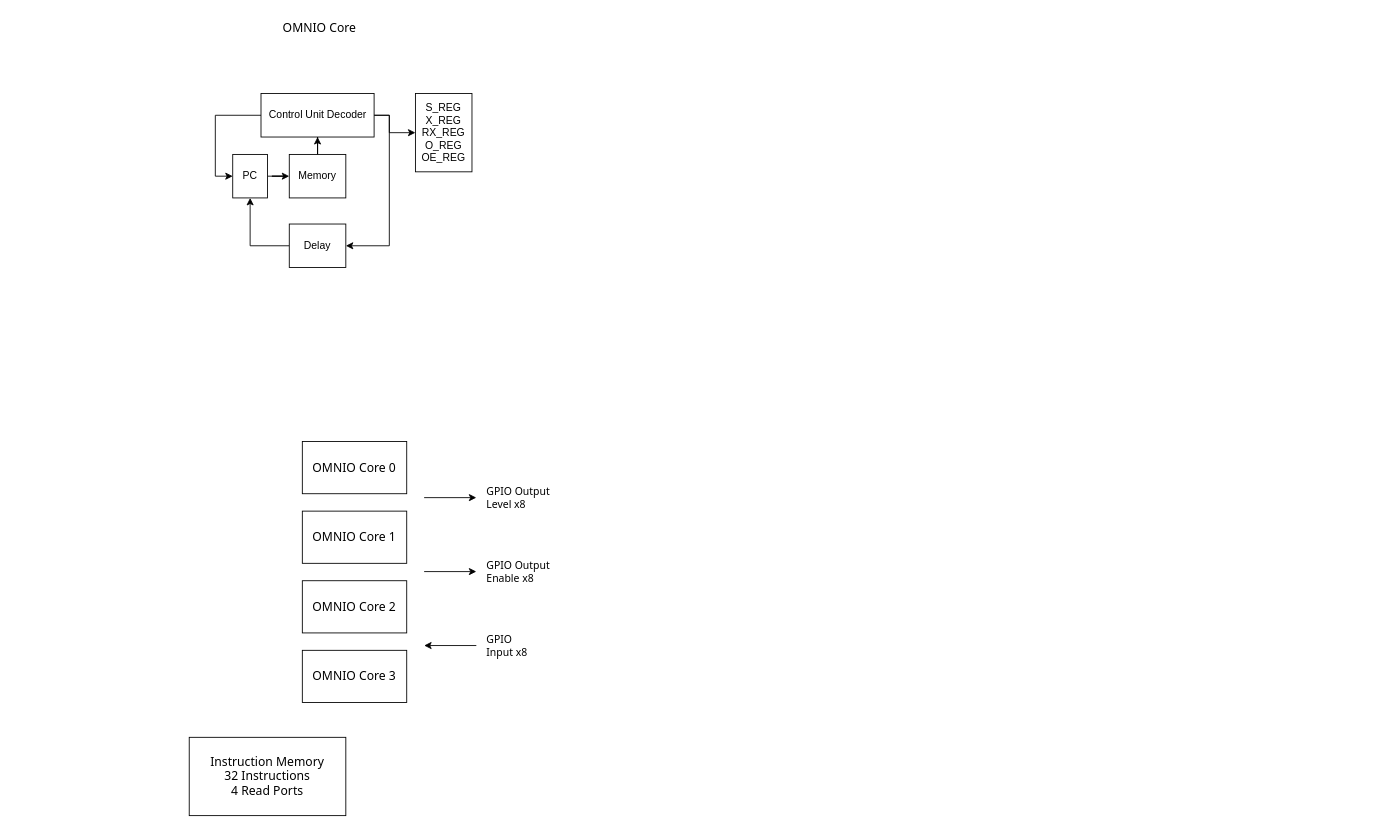
Before: docs/omnio-high-level-v2.drawio in jarnail01/omnio, a draw.io diagram. Source tidied: cells renumbered, new cells numbered last; positions are measured from the earlier drawing's top-left corner, leaving out a move shared by most shapes. Both pictures are drawn from the tidied source at 87%, with x=0, y=0 at pixel (189, 15).
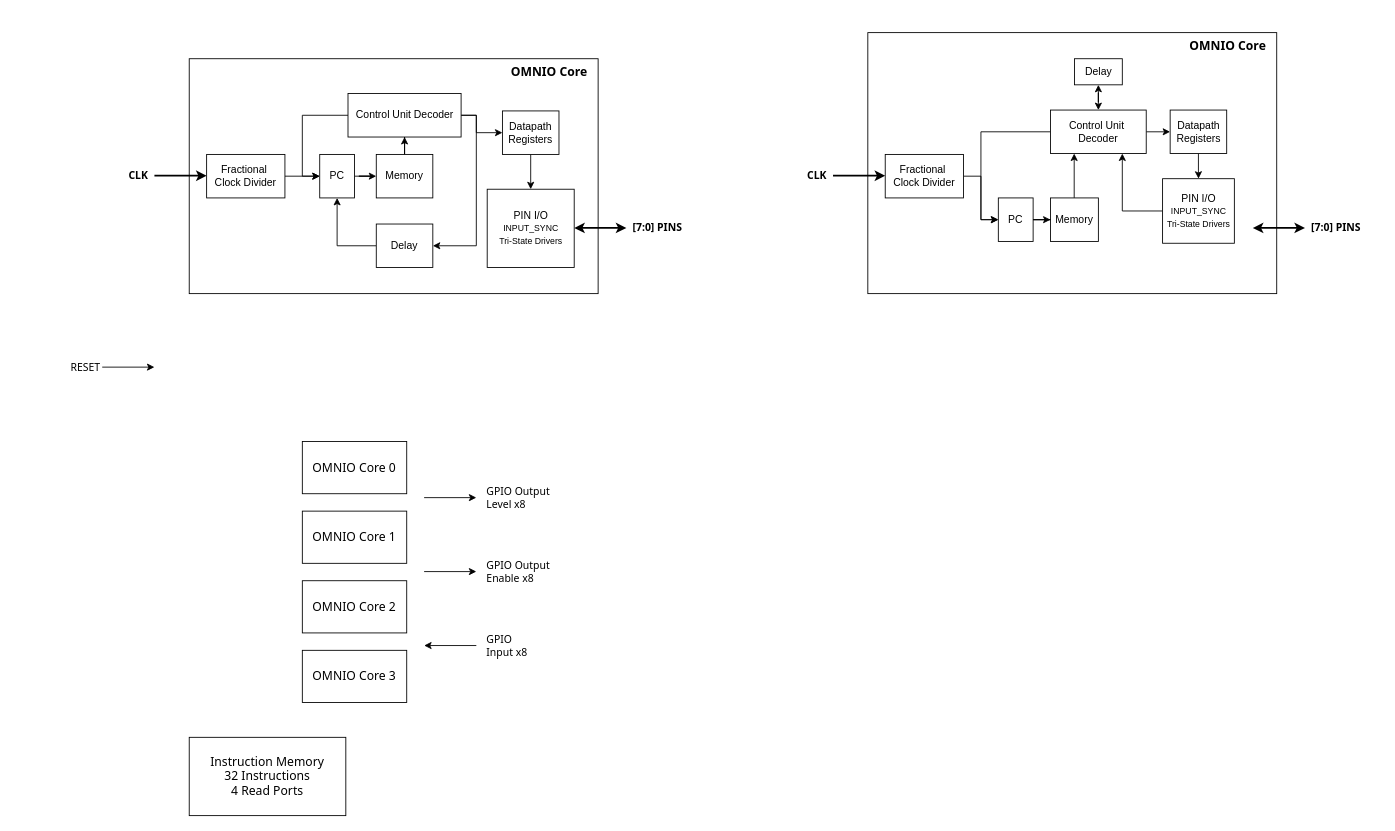
Above is the later version.

Change to the diagram source:
```diff
@@
+    <mxCell id="26" style="whiteSpace=wrap;html=1;" parent="1" vertex="1">
+      <mxGeometry x="780" y="20" width="470" height="300" as="geometry" />
+    </mxCell>
+    <mxCell id="27" style="group;" parent="1" vertex="1">
+      <mxGeometry y="50" width="470" height="270" as="geometry" />
+    </mxCell>
+    <mxCell id="28" style="whiteSpace=wrap;html=1;" parent="27" vertex="1">
+      <mxGeometry width="470" height="270" as="geometry" />
+    </mxCell>
+    <mxCell id="14" value="&lt;div align=&quot;right&quot;&gt;OMNIO Core&lt;/div&gt;" style="text;html=1;whiteSpace=wrap;strokeColor=none;fillColor=none;align=right;verticalAlign=middle;rounded=0;fontFamily=Tahoma;fontSize=14;spacingRight=10;fontStyle=1;" parent="27" vertex="1">
+      <mxGeometry x="330" width="140" height="30" as="geometry" />
+    </mxCell>
@@
-    <mxCell id="14" value="OMNIO Core" style="text;html=1;whiteSpace=wrap;strokeColor=none;fillColor=none;align=center;verticalAlign=middle;rounded=0;fontFamily=Tahoma;fontSize=14;" parent="1" vertex="1">
-      <mxGeometry x="80" width="140" height="30" as="geometry" />
-    </mxCell>
     <mxCell id="15" style="edgeStyle=orthogonalEdgeStyle;rounded=0;jettySize=auto;html=1;exitX=1;exitY=0.5;exitDx=0;exitDy=0;entryX=0;entryY=0.5;entryDx=0;entryDy=0;" parent="1" edge="1" source="18" target="25">
       <mxGeometry relative="1" as="geometry">
         <Array as="points">
-          <mxPoint x="230" y="115" />
-          <mxPoint x="230" y="135" />
+          <mxPoint x="330" y="115" />
+          <mxPoint x="330" y="135" />
         </Array>
       </mxGeometry>
     </mxCell>
@@
     <mxCell id="17" style="edgeStyle=orthogonalEdgeStyle;rounded=0;jettySize=auto;html=1;exitX=1;exitY=0.5;exitDx=0;exitDy=0;entryX=1;entryY=0.5;entryDx=0;entryDy=0;" parent="1" edge="1" source="18" target="24">
       <mxGeometry relative="1" as="geometry">
         <Array as="points">
-          <mxPoint x="230" y="115" />
-          <mxPoint x="230" y="265" />
+          <mxPoint x="330" y="115" />
+          <mxPoint x="330" y="265" />
         </Array>
       </mxGeometry>
     </mxCell>
     <mxCell id="18" value="Control Unit Decoder" style="rounded=0;whiteSpace=wrap;html=1;" parent="1" vertex="1">
-      <mxGeometry x="82.5" y="90" width="130" height="50" as="geometry" />
+      <mxGeometry x="182.5" y="90" width="130" height="50" as="geometry" />
     </mxCell>
@@
     <mxCell id="20" value="Memory" style="rounded=0;whiteSpace=wrap;html=1;" parent="1" vertex="1">
-      <mxGeometry x="115" y="160" width="65" height="50" as="geometry" />
+      <mxGeometry x="215" y="160" width="65" height="50" as="geometry" />
     </mxCell>
@@
     <mxCell id="22" value="PC" style="rounded=0;whiteSpace=wrap;html=1;" parent="1" vertex="1">
-      <mxGeometry x="50" y="160" width="40" height="50" as="geometry" />
+      <mxGeometry x="150" y="160" width="40" height="50" as="geometry" />
     </mxCell>
@@
     <mxCell id="24" value="Delay" style="rounded=0;whiteSpace=wrap;html=1;" parent="1" vertex="1">
-      <mxGeometry x="115" y="240" width="65" height="50" as="geometry" />
+      <mxGeometry x="215" y="240" width="65" height="50" as="geometry" />
     </mxCell>
+    <mxCell id="29" style="edgeStyle=orthogonalEdgeStyle;rounded=0;jettySize=auto;html=1;" parent="1" edge="1" source="25" target="36">
+      <mxGeometry relative="1" as="geometry" />
+    </mxCell>
-    <mxCell id="25" value="&lt;div&gt;S_REG&lt;/div&gt;&lt;div&gt;X_REG&lt;/div&gt;&lt;div&gt;RX_REG&lt;/div&gt;&lt;div&gt;O_REG&lt;br&gt;OE_REG&lt;/div&gt;" style="rounded=0;whiteSpace=wrap;html=1;" parent="1" vertex="1">
-      <mxGeometry x="260" y="90" width="65" height="90" as="geometry" />
+    <mxCell id="25" value="&lt;div&gt;Datapath&lt;/div&gt;&lt;div&gt;Registers&lt;/div&gt;" style="rounded=0;whiteSpace=wrap;html=1;" parent="1" vertex="1">
+      <mxGeometry x="360" y="110" width="65" height="50" as="geometry" />
     </mxCell>
+    <mxCell id="30" value="[7:0] PINS" style="text;html=1;whiteSpace=wrap;strokeColor=none;fillColor=none;align=left;verticalAlign=middle;rounded=0;fontFamily=Tahoma;spacing=2;fontStyle=1;" parent="1" vertex="1">
+      <mxGeometry x="507.5" y="230" width="82.5" height="30" as="geometry" />
+    </mxCell>
+    <mxCell id="31" style="endArrow=classic;html=1;rounded=0;startArrow=classic;startFill=1;strokeWidth=2;" parent="1" edge="1">
+      <mxGeometry relative="1" as="geometry">
+        <mxPoint x="502.5" y="244.5" as="sourcePoint" />
+        <mxPoint x="442.5" y="244.5" as="targetPoint" />
+      </mxGeometry>
+    </mxCell>
+    <mxCell id="32" style="endArrow=none;html=1;rounded=0;endFill=0;startArrow=classic;startFill=1;strokeWidth=2;" parent="1" edge="1">
+      <mxGeometry relative="1" as="geometry">
+        <mxPoint x="20" y="184.5" as="sourcePoint" />
+        <mxPoint x="-40" y="184.5" as="targetPoint" />
+      </mxGeometry>
+    </mxCell>
+    <mxCell id="33" style="endArrow=none;html=1;rounded=0;endFill=0;startArrow=classic;startFill=1;" parent="1" edge="1">
+      <mxGeometry relative="1" as="geometry">
+        <mxPoint x="-40" y="404.5" as="sourcePoint" />
+        <mxPoint x="-100" y="404.5" as="targetPoint" />
+      </mxGeometry>
+    </mxCell>
+    <mxCell id="34" value="&lt;div align=&quot;right&quot;&gt;RESET&lt;/div&gt;" style="text;html=1;whiteSpace=wrap;strokeColor=none;fillColor=none;align=right;verticalAlign=middle;rounded=0;fontFamily=Tahoma;spacing=2;" parent="1" vertex="1">
+      <mxGeometry x="-200" y="390" width="100" height="30" as="geometry" />
+    </mxCell>
+    <mxCell id="35" value="CLK" style="text;html=1;whiteSpace=wrap;strokeColor=none;fillColor=none;align=right;verticalAlign=middle;rounded=0;fontFamily=Tahoma;spacing=2;fontStyle=1;" parent="1" vertex="1">
+      <mxGeometry x="-100" y="170" width="55" height="30" as="geometry" />
+    </mxCell>
+    <mxCell id="36" value="&lt;div&gt;PIN I/O&lt;/div&gt;&lt;div&gt;&lt;font style=&quot;font-size: 10px;&quot;&gt;INPUT_SYNC&lt;/font&gt;&lt;/div&gt;&lt;div&gt;&lt;font style=&quot;font-size: 10px;&quot;&gt;Tri-State Drivers&lt;/font&gt;&lt;/div&gt;" style="rounded=0;whiteSpace=wrap;html=1;" parent="1" vertex="1">
+      <mxGeometry x="342.5" y="200" width="100" height="90" as="geometry" />
+    </mxCell>
+    <mxCell id="37" style="edgeStyle=orthogonalEdgeStyle;rounded=0;jettySize=auto;html=1;" parent="1" edge="1" source="38" target="22">
+      <mxGeometry relative="1" as="geometry" />
+    </mxCell>
+    <mxCell id="38" value="&lt;div&gt;Fractional&amp;nbsp;&lt;/div&gt;&lt;div&gt;Clock Divider&lt;/div&gt;" style="rounded=0;whiteSpace=wrap;html=1;" parent="1" vertex="1">
+      <mxGeometry x="20" y="160" width="90" height="50" as="geometry" />
+    </mxCell>
+    <mxCell id="39" style="edgeStyle=orthogonalEdgeStyle;rounded=0;jettySize=auto;html=1;exitX=1;exitY=0.5;exitDx=0;exitDy=0;entryX=0;entryY=0.5;entryDx=0;entryDy=0;" parent="1" edge="1" source="42" target="57">
+      <mxGeometry relative="1" as="geometry" />
+    </mxCell>
+    <mxCell id="40" style="edgeStyle=orthogonalEdgeStyle;rounded=0;jettySize=auto;html=1;exitX=0;exitY=0.5;exitDx=0;exitDy=0;entryX=0;entryY=0.5;entryDx=0;entryDy=0;" parent="1" edge="1" source="42" target="54">
+      <mxGeometry relative="1" as="geometry" />
+    </mxCell>
+    <mxCell id="41" style="edgeStyle=orthogonalEdgeStyle;rounded=0;jettySize=auto;html=1;startArrow=classic;startFill=1;" parent="1" edge="1" source="42" target="58">
+      <mxGeometry relative="1" as="geometry" />
+    </mxCell>
+    <mxCell id="42" value="&lt;div&gt;Control Unit&amp;nbsp;&lt;/div&gt;&lt;div&gt;Decoder&lt;/div&gt;" style="rounded=0;whiteSpace=wrap;html=1;" parent="1" vertex="1">
+      <mxGeometry x="990" y="109" width="110" height="50" as="geometry" />
+    </mxCell>
+    <mxCell id="43" style="edgeStyle=orthogonalEdgeStyle;rounded=0;orthogonalLoop=1;jettySize=auto;html=1;" parent="1" edge="1">
+      <mxGeometry relative="1" as="geometry">
+        <mxPoint x="1017.2" y="210" as="sourcePoint" />
+        <mxPoint x="1017.2" y="159" as="targetPoint" />
+        <Array as="points">
+          <mxPoint x="1017.2" y="160" />
+          <mxPoint x="1017.2" y="160" />
+        </Array>
+      </mxGeometry>
+    </mxCell>
+    <mxCell id="44" style="edgeStyle=orthogonalEdgeStyle;rounded=0;jettySize=auto;html=1;" parent="1" edge="1" source="57" target="50">
+      <mxGeometry relative="1" as="geometry" />
+    </mxCell>
+    <mxCell id="45" value="[7:0] PINS" style="text;html=1;whiteSpace=wrap;strokeColor=none;fillColor=none;align=left;verticalAlign=middle;rounded=0;fontFamily=Tahoma;spacing=2;fontStyle=1;" parent="1" vertex="1">
+      <mxGeometry x="1287.5" y="230" width="82.5" height="30" as="geometry" />
+    </mxCell>
+    <mxCell id="46" style="endArrow=classic;html=1;rounded=0;startArrow=classic;startFill=1;strokeWidth=2;" parent="1" edge="1">
+      <mxGeometry relative="1" as="geometry">
+        <mxPoint x="1282.5" y="244.5" as="sourcePoint" />
+        <mxPoint x="1222.5" y="244.5" as="targetPoint" />
+      </mxGeometry>
+    </mxCell>
+    <mxCell id="47" style="endArrow=none;html=1;rounded=0;endFill=0;startArrow=classic;startFill=1;strokeWidth=2;" parent="1" edge="1">
+      <mxGeometry relative="1" as="geometry">
+        <mxPoint x="800" y="184.5" as="sourcePoint" />
+        <mxPoint x="740" y="184.5" as="targetPoint" />
+      </mxGeometry>
+    </mxCell>
+    <mxCell id="48" value="CLK" style="text;html=1;whiteSpace=wrap;strokeColor=none;fillColor=none;align=right;verticalAlign=middle;rounded=0;fontFamily=Tahoma;spacing=2;fontStyle=1;" parent="1" vertex="1">
+      <mxGeometry x="680" y="170" width="55" height="30" as="geometry" />
+    </mxCell>
+    <mxCell id="49" style="edgeStyle=orthogonalEdgeStyle;rounded=0;jettySize=auto;html=1;exitX=0;exitY=0.5;exitDx=0;exitDy=0;entryX=0.75;entryY=1;entryDx=0;entryDy=0;" parent="1" edge="1" source="50" target="42">
+      <mxGeometry relative="1" as="geometry" />
+    </mxCell>
+    <mxCell id="50" value="&lt;div&gt;PIN I/O&lt;/div&gt;&lt;div&gt;&lt;font style=&quot;font-size: 10px;&quot;&gt;INPUT_SYNC&lt;/font&gt;&lt;/div&gt;&lt;div&gt;&lt;font style=&quot;font-size: 10px;&quot;&gt;Tri-State Drivers&lt;/font&gt;&lt;/div&gt;" style="rounded=0;whiteSpace=wrap;html=1;" parent="1" vertex="1">
+      <mxGeometry x="1118.8" y="187.9" width="82.5" height="74.2" as="geometry" />
+    </mxCell>
+    <mxCell id="51" style="edgeStyle=orthogonalEdgeStyle;rounded=0;jettySize=auto;html=1;" parent="1" edge="1" source="52" target="54">
+      <mxGeometry relative="1" as="geometry" />
+    </mxCell>
+    <mxCell id="52" value="&lt;div&gt;Fractional&amp;nbsp;&lt;/div&gt;&lt;div&gt;Clock Divider&lt;/div&gt;" style="rounded=0;whiteSpace=wrap;html=1;" parent="1" vertex="1">
+      <mxGeometry x="800" y="160" width="90" height="50" as="geometry" />
+    </mxCell>
+    <mxCell id="53" value="&lt;div align=&quot;right&quot;&gt;OMNIO Core&lt;/div&gt;" style="text;html=1;whiteSpace=wrap;strokeColor=none;fillColor=none;align=right;verticalAlign=middle;rounded=0;fontFamily=Tahoma;fontSize=14;spacingRight=10;fontStyle=1;" parent="1" vertex="1">
+      <mxGeometry x="1110" y="20" width="140" height="30" as="geometry" />
+    </mxCell>
+    <mxCell id="54" value="PC" style="rounded=0;whiteSpace=wrap;html=1;" parent="1" vertex="1">
+      <mxGeometry x="930" y="210" width="40" height="50" as="geometry" />
+    </mxCell>
+    <mxCell id="55" value="Memory" style="rounded=0;whiteSpace=wrap;html=1;" parent="1" vertex="1">
+      <mxGeometry x="990" y="210" width="55" height="50" as="geometry" />
+    </mxCell>
+    <mxCell id="56" style="edgeStyle=orthogonalEdgeStyle;rounded=0;jettySize=auto;html=1;" parent="1" edge="1" source="54" target="55">
+      <mxGeometry relative="1" as="geometry" />
+    </mxCell>
+    <mxCell id="57" value="&lt;div&gt;Datapath&lt;/div&gt;&lt;div&gt;Registers&lt;/div&gt;" style="rounded=0;whiteSpace=wrap;html=1;" parent="1" vertex="1">
+      <mxGeometry x="1127.5" y="109" width="65" height="50" as="geometry" />
+    </mxCell>
+    <mxCell id="58" value="Delay" style="rounded=0;whiteSpace=wrap;html=1;" parent="1" vertex="1">
+      <mxGeometry x="1017.5" y="50" width="55" height="30" as="geometry" />
+    </mxCell>
```
